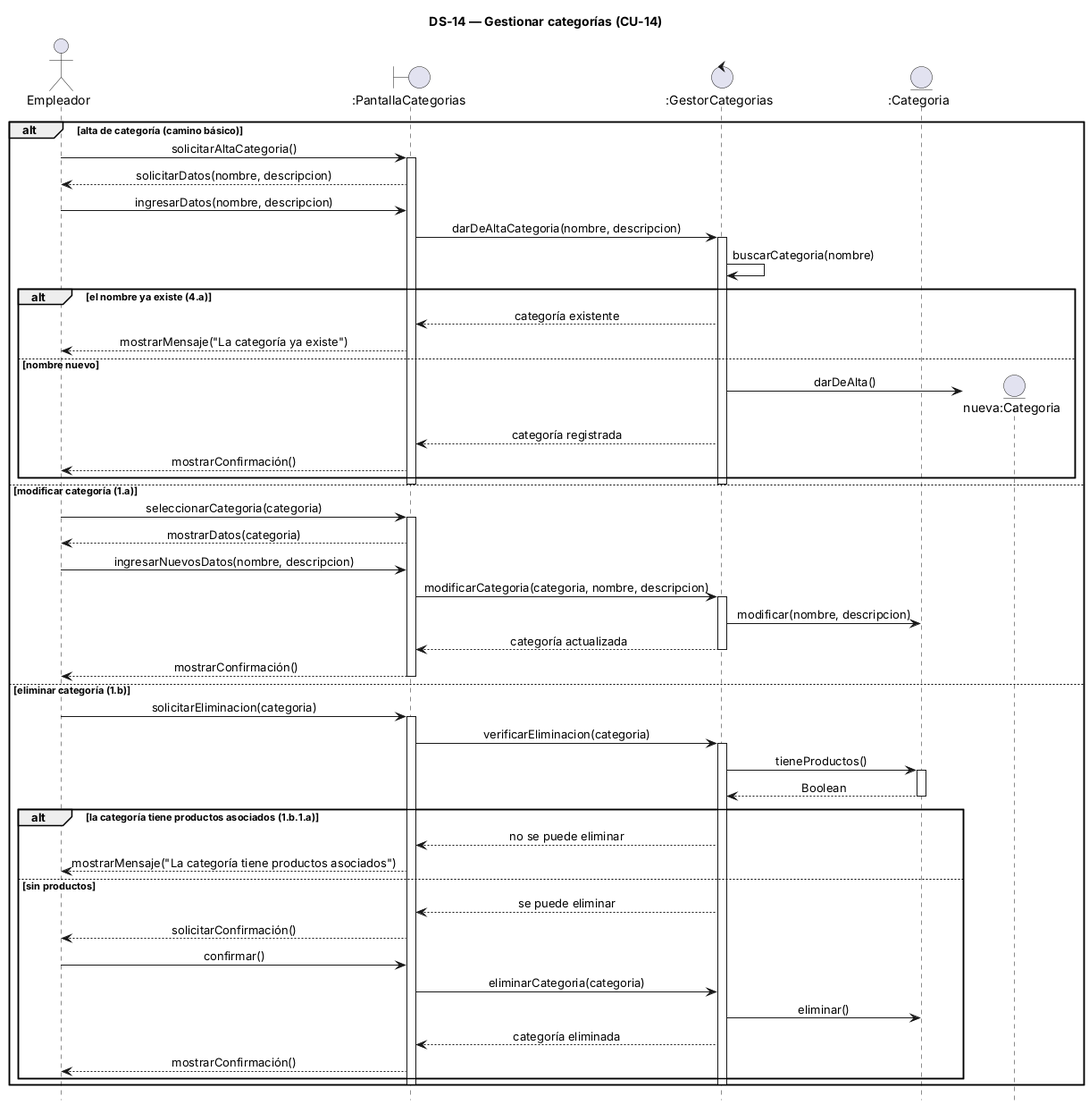
Above: 08-Diagrama De Secuencia/DS-14 Gestionar categorias.png in alanbalzaretti123/control-de-stock1 (PlantUML), before the change. Its diagram source:
```plantuml
@startuml
title DS-14 — Gestionar categorías (CU-14)
hide footbox
skinparam sequenceMessageAlign center
skinparam responseMessageBelowArrow true

actor "Empleador" as U
boundary ":PantallaCategorias" as P
control ":GestorCategorias" as G
entity ":Categoria" as CA

alt alta de categoría (camino básico)
  U -> P : solicitarAltaCategoria()
  activate P
  P --> U : solicitarDatos(nombre, descripcion)
  U -> P : ingresarDatos(nombre, descripcion)
  P -> G : darDeAltaCategoria(nombre, descripcion)
  activate G
  G -> G : buscarCategoria(nombre)
  alt el nombre ya existe (4.a)
    G --> P : categoría existente
    P --> U : mostrarMensaje("La categoría ya existe")
  else nombre nuevo
    create entity "nueva:Categoria" as N
    G -> N : darDeAlta()
    G --> P : categoría registrada
    P --> U : mostrarConfirmación()
  end
  deactivate G
  deactivate P

else modificar categoría (1.a)
  U -> P : seleccionarCategoria(categoria)
  activate P
  P --> U : mostrarDatos(categoria)
  U -> P : ingresarNuevosDatos(nombre, descripcion)
  P -> G : modificarCategoria(categoria, nombre, descripcion)
  activate G
  G -> CA : modificar(nombre, descripcion)
  G --> P : categoría actualizada
  deactivate G
  P --> U : mostrarConfirmación()
  deactivate P

else eliminar categoría (1.b)
  U -> P : solicitarEliminacion(categoria)
  activate P
  P -> G : verificarEliminacion(categoria)
  activate G
  G -> CA : tieneProductos()
  activate CA
  CA --> G : Boolean
  deactivate CA
  alt la categoría tiene productos asociados (1.b.1.a)
    G --> P : no se puede eliminar
    P --> U : mostrarMensaje("La categoría tiene productos asociados")
  else sin productos
    G --> P : se puede eliminar
    P --> U : solicitarConfirmación()
    U -> P : confirmar()
    P -> G : eliminarCategoria(categoria)
    G -> CA : eliminar()
    G --> P : categoría eliminada
    P --> U : mostrarConfirmación()
  end
  deactivate G
  deactivate P
end
@enduml
```
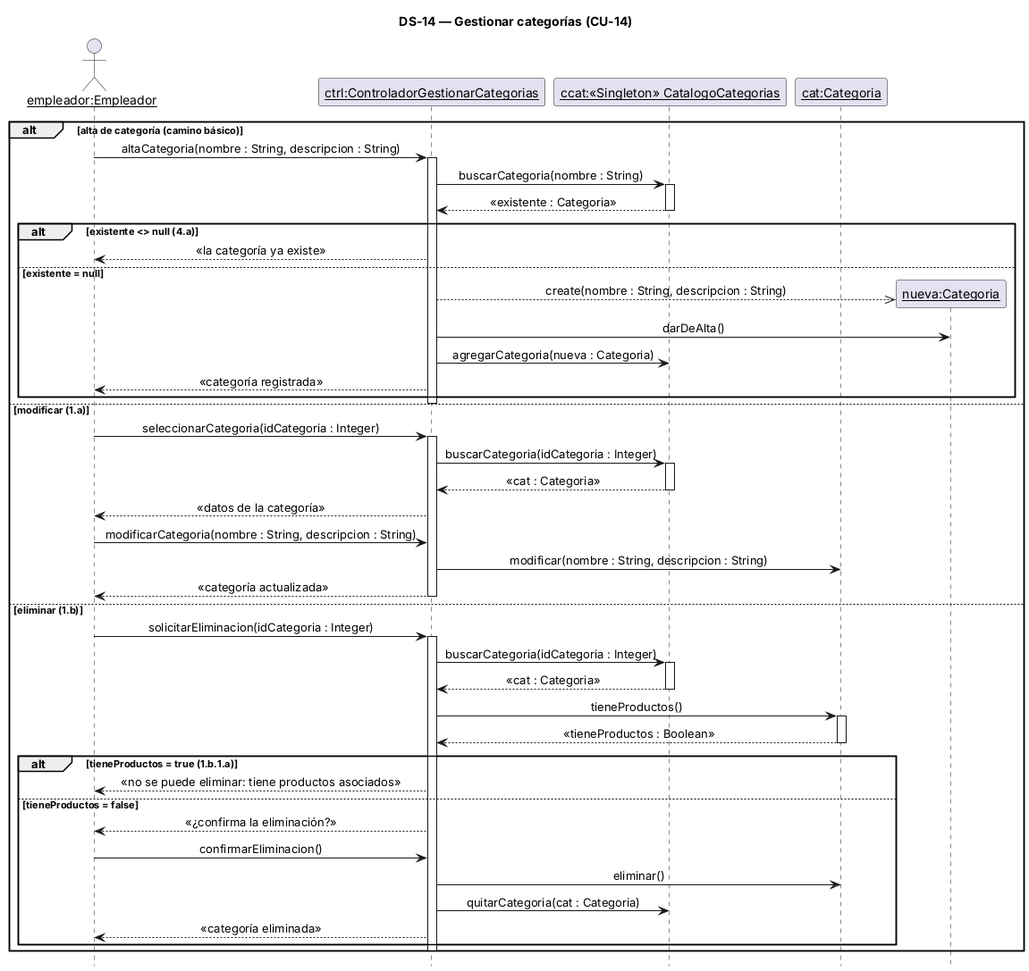
Above is the later version.

The edit, as a diff of the source:
```diff
@@ -3,67 +3,62 @@
 hide footbox
 skinparam sequenceMessageAlign center
 skinparam responseMessageBelowArrow true
+skinparam sequenceParticipant underline
 
-actor "Empleador" as U
-boundary ":PantallaCategorias" as P
-control ":GestorCategorias" as G
-entity ":Categoria" as CA
+actor "empleador:Empleador" as U
+participant "ctrl:ControladorGestionarCategorias" as C
+participant "ccat:«Singleton» CatalogoCategorias" as CCAT
+participant "cat:Categoria" as CA
 
 alt alta de categoría (camino básico)
-  U -> P : solicitarAltaCategoria()
-  activate P
-  P --> U : solicitarDatos(nombre, descripcion)
-  U -> P : ingresarDatos(nombre, descripcion)
-  P -> G : darDeAltaCategoria(nombre, descripcion)
-  activate G
-  G -> G : buscarCategoria(nombre)
-  alt el nombre ya existe (4.a)
-    G --> P : categoría existente
-    P --> U : mostrarMensaje("La categoría ya existe")
-  else nombre nuevo
-    create entity "nueva:Categoria" as N
-    G -> N : darDeAlta()
-    G --> P : categoría registrada
-    P --> U : mostrarConfirmación()
+  U -> C : altaCategoria(nombre : String, descripcion : String)
+  activate C
+  C -> CCAT : buscarCategoria(nombre : String)
+  activate CCAT
+  CCAT --> C : «existente : Categoria»
+  deactivate CCAT
+  alt existente <> null (4.a)
+    C --> U : «la categoría ya existe»
+  else existente = null
+    create participant "nueva:Categoria" as N
+    C -->> N : create(nombre : String, descripcion : String)
+    C -> N : darDeAlta()
+    C -> CCAT : agregarCategoria(nueva : Categoria)
+    C --> U : «categoría registrada»
   end
-  deactivate G
-  deactivate P
-
-else modificar categoría (1.a)
-  U -> P : seleccionarCategoria(categoria)
-  activate P
-  P --> U : mostrarDatos(categoria)
-  U -> P : ingresarNuevosDatos(nombre, descripcion)
-  P -> G : modificarCategoria(categoria, nombre, descripcion)
-  activate G
-  G -> CA : modificar(nombre, descripcion)
-  G --> P : categoría actualizada
-  deactivate G
-  P --> U : mostrarConfirmación()
-  deactivate P
-
-else eliminar categoría (1.b)
-  U -> P : solicitarEliminacion(categoria)
-  activate P
-  P -> G : verificarEliminacion(categoria)
-  activate G
-  G -> CA : tieneProductos()
+  deactivate C
+else modificar (1.a)
+  U -> C : seleccionarCategoria(idCategoria : Integer)
+  activate C
+  C -> CCAT : buscarCategoria(idCategoria : Integer)
+  activate CCAT
+  CCAT --> C : «cat : Categoria»
+  deactivate CCAT
+  C --> U : «datos de la categoría»
+  U -> C : modificarCategoria(nombre : String, descripcion : String)
+  C -> CA : modificar(nombre : String, descripcion : String)
+  C --> U : «categoría actualizada»
+  deactivate C
+else eliminar (1.b)
+  U -> C : solicitarEliminacion(idCategoria : Integer)
+  activate C
+  C -> CCAT : buscarCategoria(idCategoria : Integer)
+  activate CCAT
+  CCAT --> C : «cat : Categoria»
+  deactivate CCAT
+  C -> CA : tieneProductos()
   activate CA
-  CA --> G : Boolean
+  CA --> C : «tieneProductos : Boolean»
   deactivate CA
-  alt la categoría tiene productos asociados (1.b.1.a)
-    G --> P : no se puede eliminar
-    P --> U : mostrarMensaje("La categoría tiene productos asociados")
-  else sin productos
-    G --> P : se puede eliminar
-    P --> U : solicitarConfirmación()
-    U -> P : confirmar()
-    P -> G : eliminarCategoria(categoria)
-    G -> CA : eliminar()
-    G --> P : categoría eliminada
-    P --> U : mostrarConfirmación()
+  alt tieneProductos = true (1.b.1.a)
+    C --> U : «no se puede eliminar: tiene productos asociados»
+  else tieneProductos = false
+    C --> U : «¿confirma la eliminación?»
+    U -> C : confirmarEliminacion()
+    C -> CA : eliminar()
+    C -> CCAT : quitarCategoria(cat : Categoria)
+    C --> U : «categoría eliminada»
   end
-  deactivate G
-  deactivate P
+  deactivate C
 end
 @enduml
```
